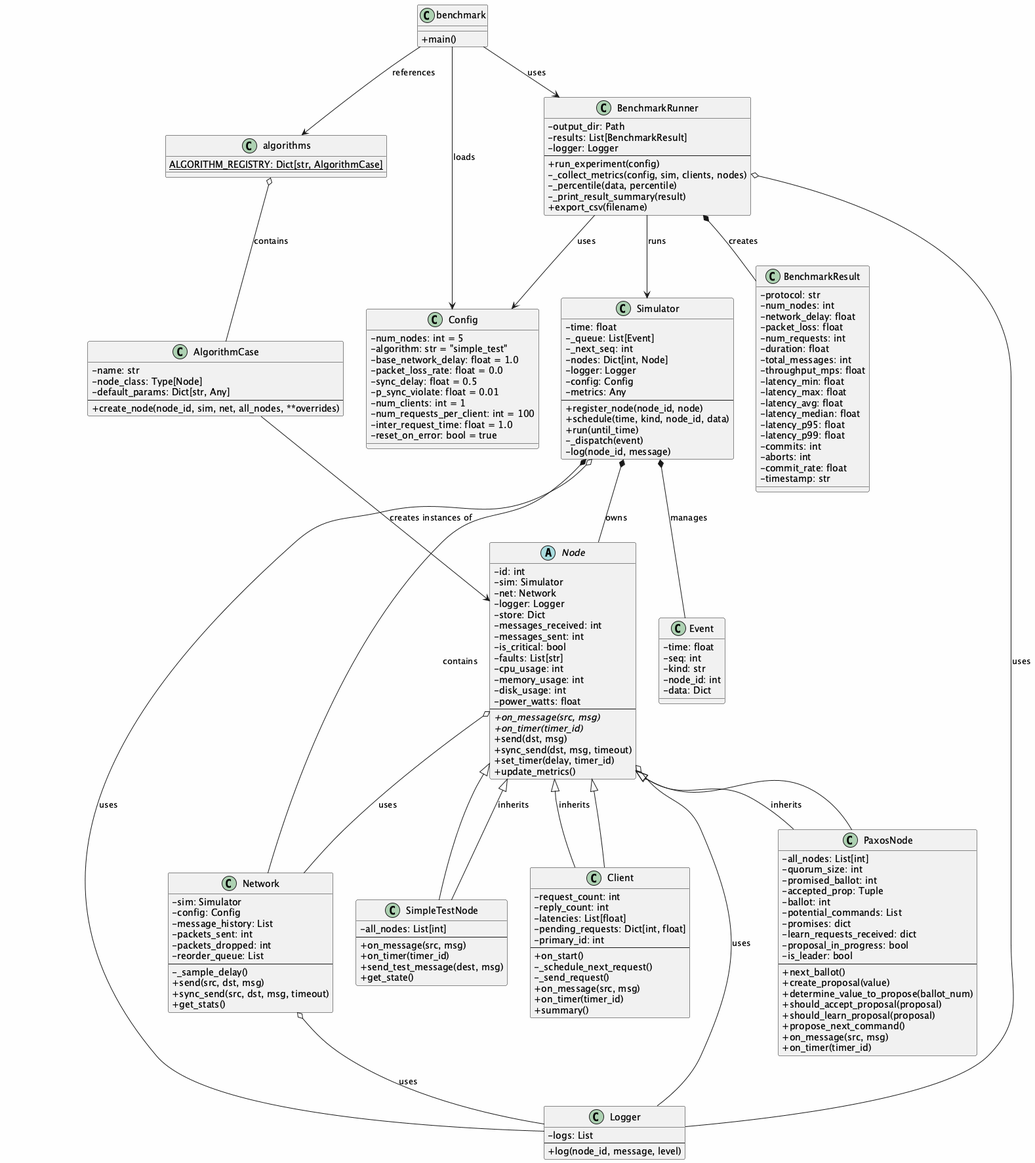
USI-DS-25/DC-Simulator keeps this PlantUML diagram as UML/DBsim_DC_Simulator_UML_Architecture.png. Above is the earlier version.
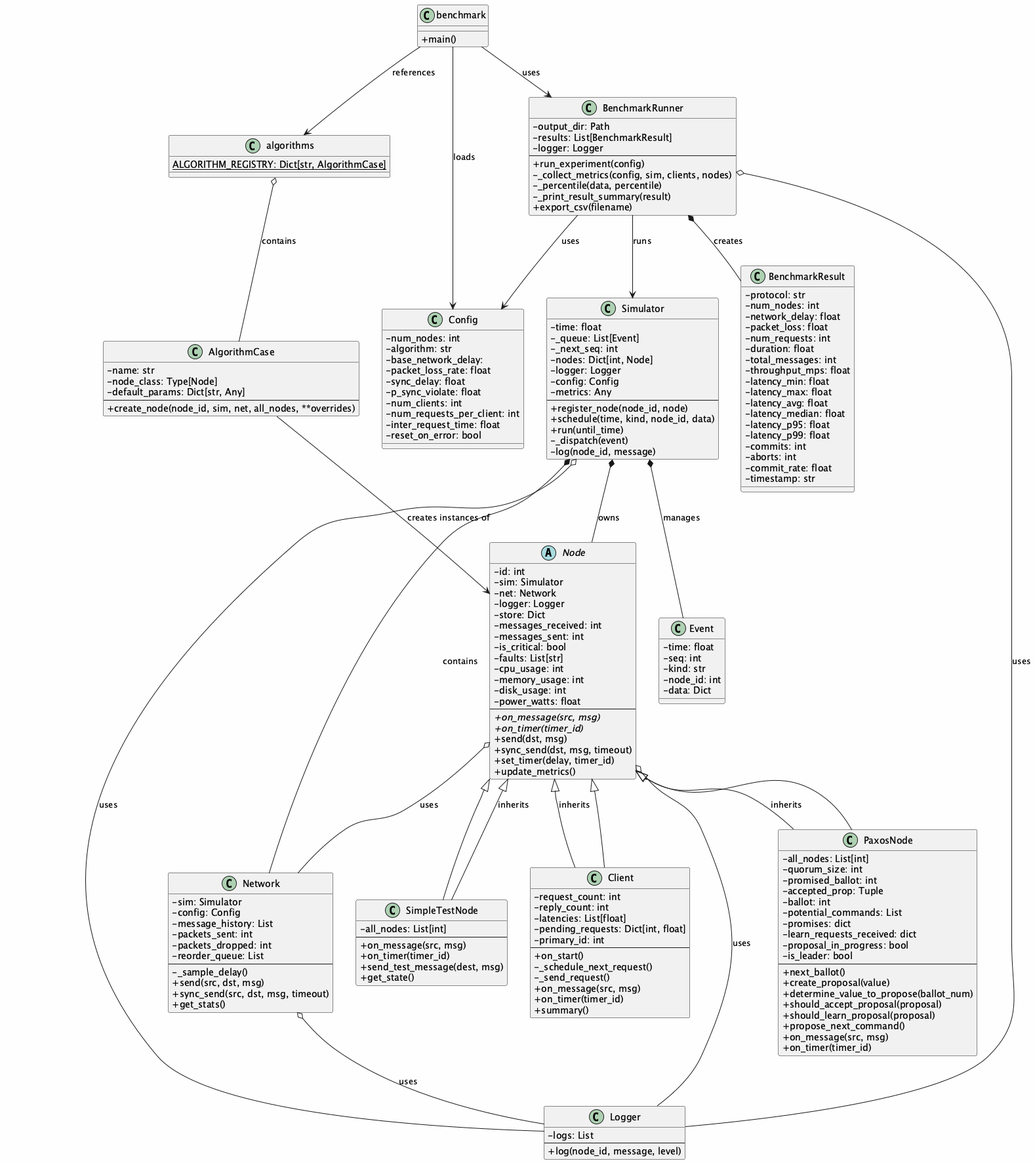
The same diagram one commit later.

Commit message:
Message count + simple_node fix

What changed in the source:
```diff
@@ -126,16 +126,16 @@
 
 
 class Config {
-  - num_nodes: int = 5
-  - algorithm: str = "simple_test"
-  - base_network_delay: float = 1.0
-  - packet_loss_rate: float = 0.0
-  - sync_delay: float = 0.5
-  - p_sync_violate: float = 0.01
-  - num_clients: int = 1
-  - num_requests_per_client: int = 100
-  - inter_request_time: float = 1.0
-  - reset_on_error: bool = true
+  - num_nodes: int
+  - algorithm: str
+  - base_network_delay:
+  - packet_loss_rate: float
+  - sync_delay: float
+  - p_sync_violate: float
+  - num_clients: int
+  - num_requests_per_client: int
+  - inter_request_time: float
+  - reset_on_error: bool
 }
 
 
```
